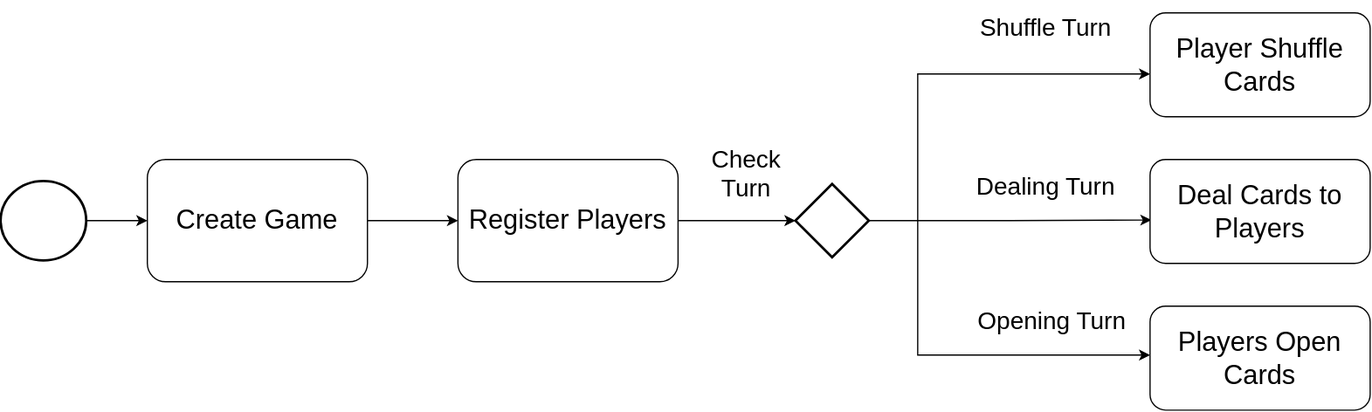
Above: SimpleStateDiagram.svg in matelanbo/git-test (draw.io), before the change. Source tidied: cells renumbered, new cells last; positions are measured from the earlier drawing's top-left corner, leaving out a move shared by most shapes. Its diagram source:
```xml
<mxGraphModel>
  <root>
    <mxCell id="0" />
    <mxCell id="1" parent="0" />
    <mxCell id="2" style="edgeStyle=orthogonalEdgeStyle;rounded=0;jettySize=auto;html=1;exitX=1;exitY=0.5;exitDx=0;exitDy=0;exitPerimeter=0;entryX=0;entryY=0.5;entryDx=0;entryDy=0;" parent="1" edge="1" source="3" target="5">
      <mxGeometry relative="1" as="geometry" />
    </mxCell>
    <mxCell id="3" style="strokeWidth=2;html=1;shape=mxgraph.flowchart.start_2;whiteSpace=wrap;" parent="1" vertex="1">
      <mxGeometry y="147.5" width="70" height="65" as="geometry" />
    </mxCell>
    <mxCell id="4" style="edgeStyle=orthogonalEdgeStyle;rounded=0;jettySize=auto;html=1;exitX=1;exitY=0.5;exitDx=0;exitDy=0;" parent="1" edge="1" source="5" target="7">
      <mxGeometry relative="1" as="geometry" />
    </mxCell>
    <mxCell id="5" value="&lt;font style=&quot;font-size: 22px;&quot;&gt;Create Game&lt;/font&gt;" style="rounded=1;whiteSpace=wrap;html=1;" parent="1" vertex="1">
      <mxGeometry x="120" y="130" width="180" height="100" as="geometry" />
    </mxCell>
    <mxCell id="6" style="edgeStyle=orthogonalEdgeStyle;rounded=0;jettySize=auto;html=1;exitX=1;exitY=0.5;exitDx=0;exitDy=0;entryX=0;entryY=0.5;entryDx=0;entryDy=0;entryPerimeter=0;" parent="1" edge="1" source="7" target="9">
      <mxGeometry relative="1" as="geometry" />
    </mxCell>
    <mxCell id="7" value="&lt;font style=&quot;font-size: 22px;&quot;&gt;Register Players&lt;/font&gt;" style="rounded=1;whiteSpace=wrap;html=1;" parent="1" vertex="1">
      <mxGeometry x="374" y="130" width="180" height="100" as="geometry" />
    </mxCell>
    <mxCell id="8" style="edgeStyle=orthogonalEdgeStyle;rounded=0;jettySize=auto;html=1;exitX=1;exitY=0.5;exitDx=0;exitDy=0;exitPerimeter=0;entryX=0.006;entryY=0.582;entryDx=0;entryDy=0;entryPerimeter=0;" parent="1" edge="1" source="9" target="15">
      <mxGeometry relative="1" as="geometry" />
    </mxCell>
    <mxCell id="9" style="strokeWidth=2;html=1;shape=mxgraph.flowchart.decision;whiteSpace=wrap;" parent="1" vertex="1">
      <mxGeometry x="650" y="150" width="60" height="60" as="geometry" />
    </mxCell>
    <mxCell id="10" value="Check &#10;Turn" style="text;align=center;verticalAlign=middle;strokeColor=none;fillColor=none;strokeWidth=1;fontSize=20;" parent="1" vertex="1">
      <mxGeometry x="570" y="110" width="80" height="60" as="geometry" />
    </mxCell>
    <mxCell id="11" style="edgeStyle=orthogonalEdgeStyle;rounded=0;orthogonalLoop=1;jettySize=auto;html=1;" parent="1" edge="1">
      <mxGeometry relative="1" as="geometry">
        <mxPoint x="750" y="183" as="sourcePoint" />
        <mxPoint x="940" y="60" as="targetPoint" />
        <Array as="points">
          <mxPoint x="750" y="60" />
        </Array>
      </mxGeometry>
    </mxCell>
    <mxCell id="12" value="Shuffle Turn" style="text;align=center;verticalAlign=middle;strokeColor=none;fillColor=none;strokeWidth=1;fontSize=20;" parent="1" vertex="1">
      <mxGeometry x="790" width="130" height="40" as="geometry" />
    </mxCell>
    <mxCell id="13" value="&lt;font style=&quot;font-size: 22px;&quot;&gt;Player Shuffle&lt;br&gt;Cards&lt;br&gt;&lt;/font&gt;" style="whiteSpace=wrap;html=1;rounded=1;strokeWidth=1;labelBorderColor=none;labelBackgroundColor=none;" parent="1" vertex="1">
      <mxGeometry x="940" y="10" width="180" height="85" as="geometry" />
    </mxCell>
    <mxCell id="14" value="Dealing Turn" style="text;align=center;verticalAlign=middle;strokeColor=none;fillColor=none;strokeWidth=1;fontSize=20;" parent="1" vertex="1">
      <mxGeometry x="785" y="130" width="140" height="40" as="geometry" />
    </mxCell>
    <mxCell id="15" value="&lt;font style=&quot;font-size: 22px;&quot;&gt;Deal Cards to Players&lt;br&gt;&lt;/font&gt;" style="whiteSpace=wrap;html=1;rounded=1;strokeWidth=1;labelBorderColor=none;labelBackgroundColor=none;" parent="1" vertex="1">
      <mxGeometry x="940" y="130" width="180" height="85" as="geometry" />
    </mxCell>
    <mxCell id="16" style="edgeStyle=orthogonalEdgeStyle;rounded=0;orthogonalLoop=1;jettySize=auto;html=1;" parent="1" edge="1">
      <mxGeometry relative="1" as="geometry">
        <mxPoint x="750" y="183" as="sourcePoint" />
        <mxPoint x="940" y="290" as="targetPoint" />
        <Array as="points">
          <mxPoint x="750" y="290" />
          <mxPoint x="940" y="290" />
        </Array>
      </mxGeometry>
    </mxCell>
    <mxCell id="17" value="Opening Turn" style="text;align=center;verticalAlign=middle;strokeColor=none;fillColor=none;strokeWidth=1;fontSize=20;" parent="1" vertex="1">
      <mxGeometry x="790" y="240" width="140" height="40" as="geometry" />
    </mxCell>
    <mxCell id="18" value="&lt;font style=&quot;font-size: 22px;&quot;&gt;Players Open&lt;br&gt;Cards&lt;br&gt;&lt;/font&gt;" style="whiteSpace=wrap;html=1;rounded=1;strokeWidth=1;labelBorderColor=none;labelBackgroundColor=none;" parent="1" vertex="1">
      <mxGeometry x="940" y="250" width="180" height="85" as="geometry" />
    </mxCell>
  </root>
</mxGraphModel>
```
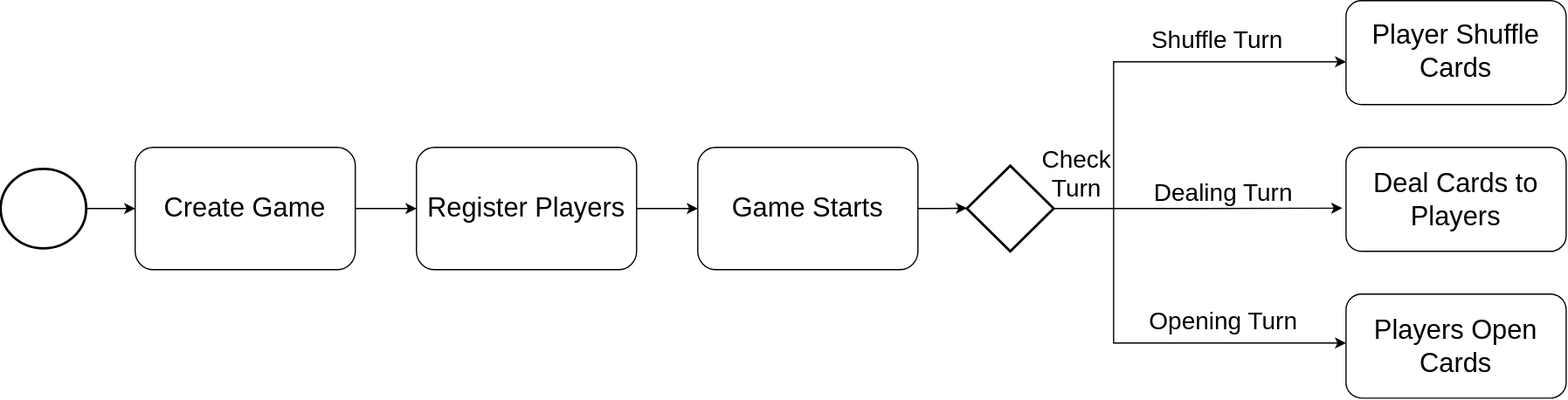
Later version of the same file.

What changed in the source:
```diff
@@ -12,59 +12,67 @@
       <mxGeometry relative="1" as="geometry" />
     </mxCell>
     <mxCell id="5" value="&lt;font style=&quot;font-size: 22px;&quot;&gt;Create Game&lt;/font&gt;" style="rounded=1;whiteSpace=wrap;html=1;" parent="1" vertex="1">
-      <mxGeometry x="120" y="130" width="180" height="100" as="geometry" />
+      <mxGeometry x="110" y="130" width="180" height="100" as="geometry" />
     </mxCell>
-    <mxCell id="6" style="edgeStyle=orthogonalEdgeStyle;rounded=0;jettySize=auto;html=1;exitX=1;exitY=0.5;exitDx=0;exitDy=0;entryX=0;entryY=0.5;entryDx=0;entryDy=0;entryPerimeter=0;" parent="1" edge="1" source="7" target="9">
+    <mxCell id="6" style="edgeStyle=orthogonalEdgeStyle;rounded=0;jettySize=auto;html=1;exitX=1;exitY=0.5;exitDx=0;exitDy=0;entryX=0;entryY=0.5;entryDx=0;entryDy=0;" parent="1" edge="1" source="7" target="20">
       <mxGeometry relative="1" as="geometry" />
     </mxCell>
     <mxCell id="7" value="&lt;font style=&quot;font-size: 22px;&quot;&gt;Register Players&lt;/font&gt;" style="rounded=1;whiteSpace=wrap;html=1;" parent="1" vertex="1">
-      <mxGeometry x="374" y="130" width="180" height="100" as="geometry" />
+      <mxGeometry x="340" y="130" width="180" height="100" as="geometry" />
     </mxCell>
-    <mxCell id="8" style="edgeStyle=orthogonalEdgeStyle;rounded=0;jettySize=auto;html=1;exitX=1;exitY=0.5;exitDx=0;exitDy=0;exitPerimeter=0;entryX=0.006;entryY=0.582;entryDx=0;entryDy=0;entryPerimeter=0;" parent="1" edge="1" source="9" target="15">
-      <mxGeometry relative="1" as="geometry" />
-    </mxCell>
-    <mxCell id="9" style="strokeWidth=2;html=1;shape=mxgraph.flowchart.decision;whiteSpace=wrap;" parent="1" vertex="1">
-      <mxGeometry x="650" y="150" width="60" height="60" as="geometry" />
-    </mxCell>
     <mxCell id="10" value="Check &#10;Turn" style="text;align=center;verticalAlign=middle;strokeColor=none;fillColor=none;strokeWidth=1;fontSize=20;" parent="1" vertex="1">
-      <mxGeometry x="570" y="110" width="80" height="60" as="geometry" />
+      <mxGeometry x="840" y="120" width="80" height="60" as="geometry" />
     </mxCell>
     <mxCell id="11" style="edgeStyle=orthogonalEdgeStyle;rounded=0;orthogonalLoop=1;jettySize=auto;html=1;" parent="1" edge="1">
       <mxGeometry relative="1" as="geometry">
-        <mxPoint x="750" y="183" as="sourcePoint" />
-        <mxPoint x="940" y="60" as="targetPoint" />
+        <mxPoint x="910" y="183" as="sourcePoint" />
+        <mxPoint x="1100" y="60" as="targetPoint" />
         <Array as="points">
-          <mxPoint x="750" y="60" />
+          <mxPoint x="910" y="60" />
         </Array>
       </mxGeometry>
     </mxCell>
     <mxCell id="12" value="Shuffle Turn" style="text;align=center;verticalAlign=middle;strokeColor=none;fillColor=none;strokeWidth=1;fontSize=20;" parent="1" vertex="1">
-      <mxGeometry x="790" width="130" height="40" as="geometry" />
+      <mxGeometry x="930" y="20" width="130" height="40" as="geometry" />
     </mxCell>
     <mxCell id="13" value="&lt;font style=&quot;font-size: 22px;&quot;&gt;Player Shuffle&lt;br&gt;Cards&lt;br&gt;&lt;/font&gt;" style="whiteSpace=wrap;html=1;rounded=1;strokeWidth=1;labelBorderColor=none;labelBackgroundColor=none;" parent="1" vertex="1">
-      <mxGeometry x="940" y="10" width="180" height="85" as="geometry" />
+      <mxGeometry x="1100" y="10" width="180" height="85" as="geometry" />
     </mxCell>
     <mxCell id="14" value="Dealing Turn" style="text;align=center;verticalAlign=middle;strokeColor=none;fillColor=none;strokeWidth=1;fontSize=20;" parent="1" vertex="1">
-      <mxGeometry x="785" y="130" width="140" height="40" as="geometry" />
+      <mxGeometry x="930" y="145" width="140" height="40" as="geometry" />
     </mxCell>
     <mxCell id="15" value="&lt;font style=&quot;font-size: 22px;&quot;&gt;Deal Cards to Players&lt;br&gt;&lt;/font&gt;" style="whiteSpace=wrap;html=1;rounded=1;strokeWidth=1;labelBorderColor=none;labelBackgroundColor=none;" parent="1" vertex="1">
-      <mxGeometry x="940" y="130" width="180" height="85" as="geometry" />
+      <mxGeometry x="1100" y="130" width="180" height="85" as="geometry" />
     </mxCell>
     <mxCell id="16" style="edgeStyle=orthogonalEdgeStyle;rounded=0;orthogonalLoop=1;jettySize=auto;html=1;" parent="1" edge="1">
       <mxGeometry relative="1" as="geometry">
-        <mxPoint x="750" y="183" as="sourcePoint" />
-        <mxPoint x="940" y="290" as="targetPoint" />
+        <mxPoint x="910" y="183" as="sourcePoint" />
+        <mxPoint x="1100" y="290" as="targetPoint" />
         <Array as="points">
-          <mxPoint x="750" y="290" />
-          <mxPoint x="940" y="290" />
+          <mxPoint x="910" y="290" />
+          <mxPoint x="1100" y="290" />
         </Array>
       </mxGeometry>
     </mxCell>
     <mxCell id="17" value="Opening Turn" style="text;align=center;verticalAlign=middle;strokeColor=none;fillColor=none;strokeWidth=1;fontSize=20;" parent="1" vertex="1">
-      <mxGeometry x="790" y="240" width="140" height="40" as="geometry" />
+      <mxGeometry x="930" y="250" width="140" height="40" as="geometry" />
     </mxCell>
     <mxCell id="18" value="&lt;font style=&quot;font-size: 22px;&quot;&gt;Players Open&lt;br&gt;Cards&lt;br&gt;&lt;/font&gt;" style="whiteSpace=wrap;html=1;rounded=1;strokeWidth=1;labelBorderColor=none;labelBackgroundColor=none;" parent="1" vertex="1">
-      <mxGeometry x="940" y="250" width="180" height="85" as="geometry" />
+      <mxGeometry x="1100" y="250" width="180" height="85" as="geometry" />
     </mxCell>
+    <mxCell id="19" style="edgeStyle=orthogonalEdgeStyle;rounded=0;jettySize=auto;html=1;exitX=1;exitY=0.5;exitDx=0;exitDy=0;" parent="1" edge="1" source="20">
+      <mxGeometry relative="1" as="geometry">
+        <mxPoint x="790" y="179.7" as="targetPoint" />
+      </mxGeometry>
+    </mxCell>
+    <mxCell id="20" value="&lt;font style=&quot;font-size: 22px;&quot;&gt;Game Starts&lt;/font&gt;" style="rounded=1;whiteSpace=wrap;html=1;" parent="1" vertex="1">
+      <mxGeometry x="570" y="130" width="180" height="100" as="geometry" />
+    </mxCell>
+    <mxCell id="21" style="edgeStyle=orthogonalEdgeStyle;rounded=0;jettySize=auto;html=1;exitX=1;exitY=0.5;exitDx=0;exitDy=0;exitPerimeter=0;entryX=-0.017;entryY=0.584;entryDx=0;entryDy=0;entryPerimeter=0;" parent="1" edge="1" source="22" target="15">
+      <mxGeometry relative="1" as="geometry" />
+    </mxCell>
+    <mxCell id="22" style="strokeWidth=2;html=1;shape=mxgraph.flowchart.decision;whiteSpace=wrap;" parent="1" vertex="1">
+      <mxGeometry x="790" y="145" width="71" height="70" as="geometry" />
+    </mxCell>
   </root>
 </mxGraphModel>
```
